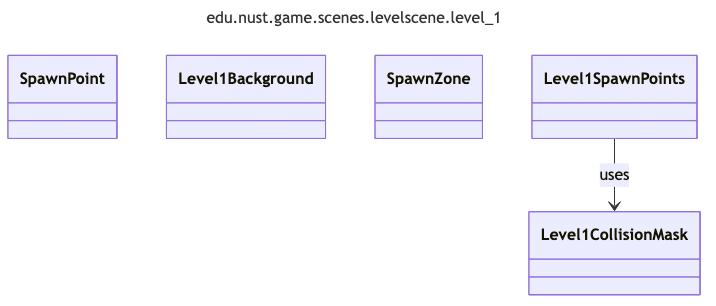
The Mermaid diagram uml/generated/png/package_edu_nust_game_scenes_levelscene_level_1.png in zombie-zero-nust/zombie-zero, before a commit. Its source is kept beside it as uml/generated/mmd/package_edu_nust_game_scenes_levelscene_level_1.mmd. The source it was exported from:
```mermaid
---
title: edu.nust.game.scenes.levelscene.level_1
config:
  look: classic
  layout: dagre
  flowchart:
    curve: linear
  class:
    defaultRenderer: dagre-wrapper
---
classDiagram
class SpawnPoint
class Level1Background
class SpawnZone
class Level1SpawnPoints
class Level1CollisionMask
Level1SpawnPoints --> Level1CollisionMask : uses
```
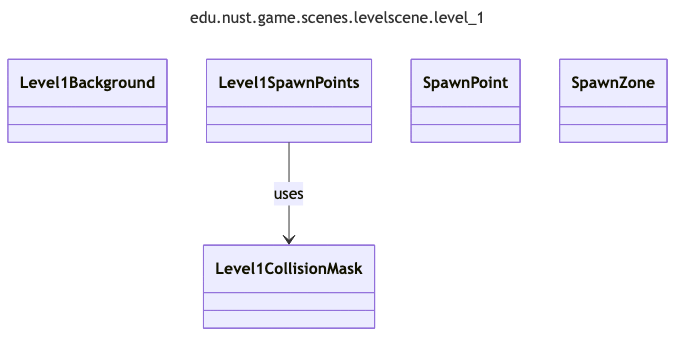
Later version of the same file.

The edit, as a diff of the source:
```diff
@@ -2,16 +2,16 @@
 title: edu.nust.game.scenes.levelscene.level_1
 config:
   look: classic
-  layout: dagre
+  layout: elk
   flowchart:
     curve: linear
   class:
     defaultRenderer: dagre-wrapper
 ---
 classDiagram
-class SpawnPoint
-class Level1Background
-class SpawnZone
-class Level1SpawnPoints
-class Level1CollisionMask
+  class Level1Background
+  class Level1SpawnPoints
+  class SpawnPoint
+  class SpawnZone
+  class Level1CollisionMask
 Level1SpawnPoints --> Level1CollisionMask : uses
```
